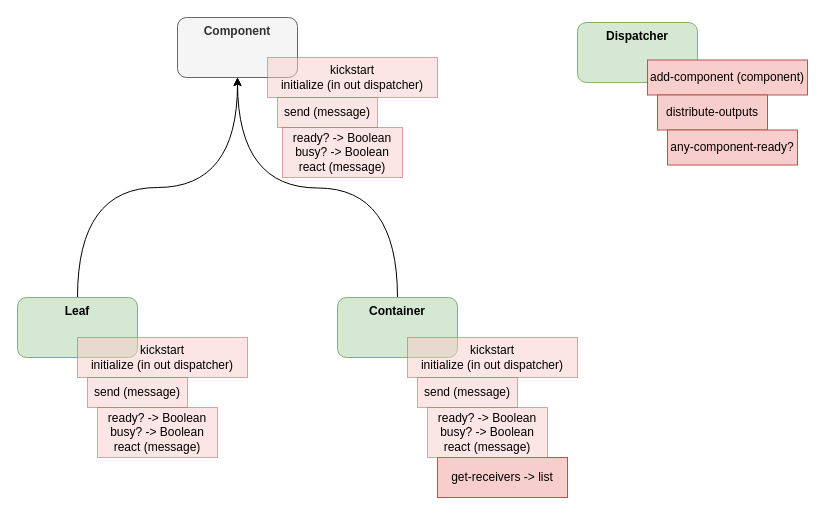
Above: page "3 Methods" (4 of 12) of shu-das2cl/design.drawio in guitarvydas/app (draw.io), before the change. Source tidied: cells renumbered, new cells numbered last; positions are measured from the earlier drawing's top-left corner, leaving out a move shared by most shapes. Both pictures are drawn from the tidied source at 100%, with x=0, y=0 at pixel (17, 17).
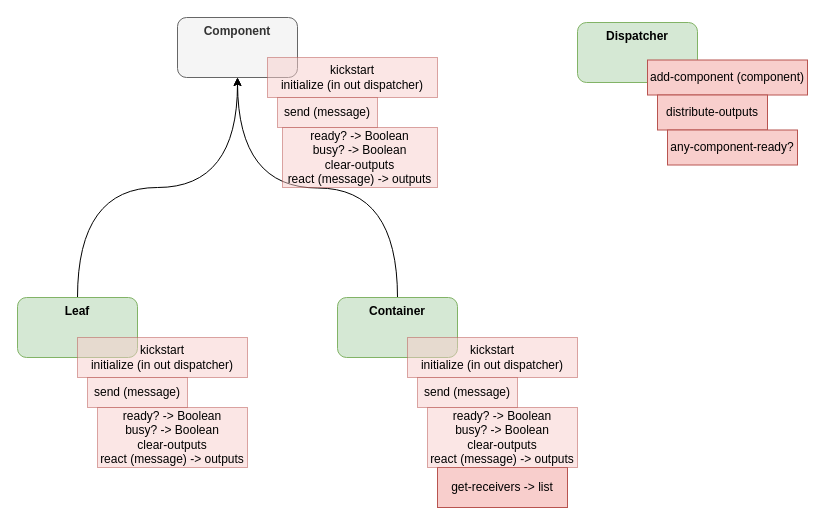
Above is the later version.

The edit, as a diff of the source:
```diff
@@
-    <mxCell id="7" value="ready? -&amp;gt; Boolean&lt;br&gt;busy? -&amp;gt; Boolean&lt;br&gt;react (message)" style="rounded=0;whiteSpace=wrap;html=1;fillColor=#f8cecc;strokeColor=#b85450;opacity=50;" parent="1" vertex="1">
-      <mxGeometry x="265" y="110" width="120" height="50" as="geometry" />
+    <mxCell id="7" value="ready? -&amp;gt; Boolean&lt;br&gt;busy? -&amp;gt; Boolean&lt;br&gt;clear-outputs&lt;br&gt;react (message) -&amp;gt; outputs&lt;br&gt;" style="rounded=0;whiteSpace=wrap;html=1;fillColor=#f8cecc;strokeColor=#b85450;opacity=50;" parent="1" vertex="1">
+      <mxGeometry x="265" y="110" width="155" height="60" as="geometry" />
     </mxCell>
     <mxCell id="8" value="get-receivers -&amp;gt; list" style="rounded=0;whiteSpace=wrap;html=1;fillColor=#f8cecc;strokeColor=#b85450;" parent="1" vertex="1">
-      <mxGeometry x="420" y="440" width="130" height="40" as="geometry" />
+      <mxGeometry x="420" y="450" width="130" height="40" as="geometry" />
     </mxCell>
@@
-    <mxCell id="15" value="ready? -&amp;gt; Boolean&lt;br&gt;busy? -&amp;gt; Boolean&lt;br&gt;react (message)" style="rounded=0;whiteSpace=wrap;html=1;fillColor=#f8cecc;strokeColor=#b85450;opacity=50;" parent="1" vertex="1">
-      <mxGeometry x="80" y="390" width="120" height="50" as="geometry" />
+    <mxCell id="15" value="ready? -&amp;gt; Boolean&lt;br&gt;busy? -&amp;gt; Boolean&lt;br&gt;clear-outputs&lt;br&gt;react (message) -&amp;gt; outputs" style="rounded=0;whiteSpace=wrap;html=1;fillColor=#f8cecc;strokeColor=#b85450;opacity=50;" parent="1" vertex="1">
+      <mxGeometry x="80" y="390" width="150" height="60" as="geometry" />
     </mxCell>
@@
-    <mxCell id="18" value="ready? -&amp;gt; Boolean&lt;br&gt;busy? -&amp;gt; Boolean&lt;br&gt;react (message)" style="rounded=0;whiteSpace=wrap;html=1;fillColor=#f8cecc;strokeColor=#b85450;opacity=50;" parent="1" vertex="1">
-      <mxGeometry x="410" y="390" width="120" height="50" as="geometry" />
+    <mxCell id="18" value="ready? -&amp;gt; Boolean&lt;br&gt;busy? -&amp;gt; Boolean&lt;br&gt;clear-outputs&lt;br&gt;react (message) -&amp;gt; outputs" style="rounded=0;whiteSpace=wrap;html=1;fillColor=#f8cecc;strokeColor=#b85450;opacity=50;" parent="1" vertex="1">
+      <mxGeometry x="410" y="390" width="150" height="60" as="geometry" />
     </mxCell>
```
